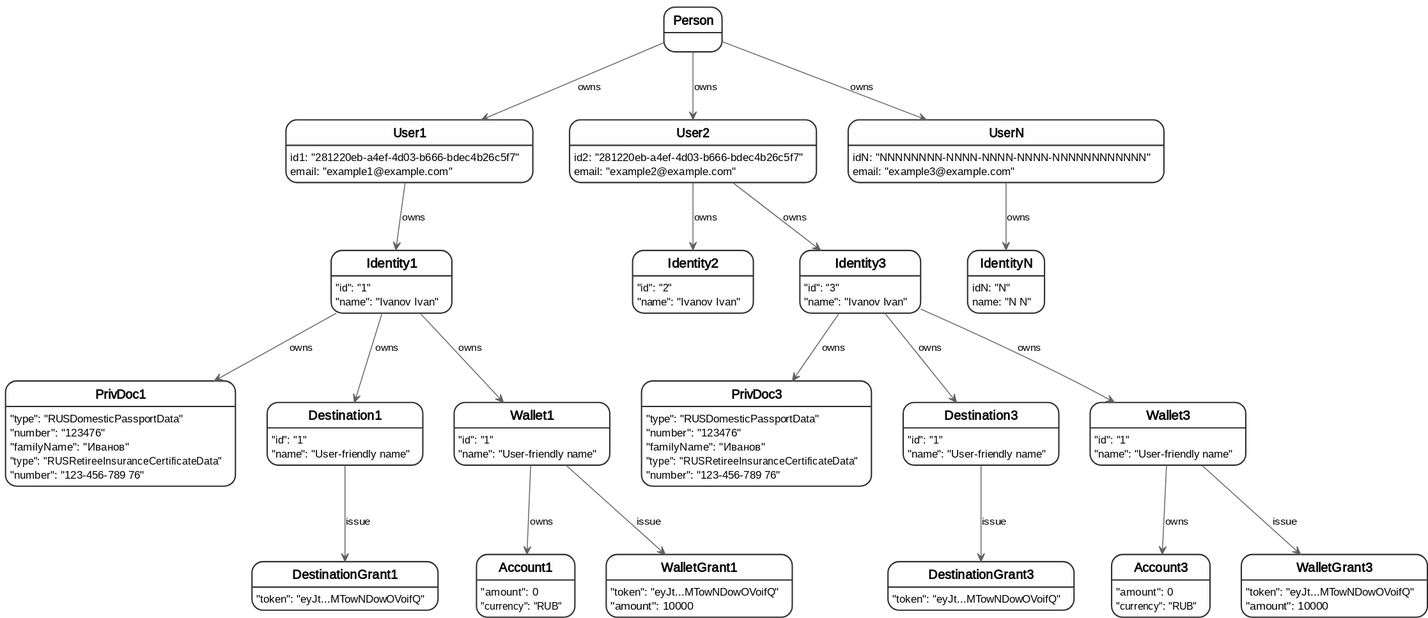
This is content/wallets/wsd/relations-diagram.svg from rbkmoney/docs, a PlantUML export, as it was before one commit. Its source is kept beside it as content/wallets/wsd/relations-diagram.wsd.
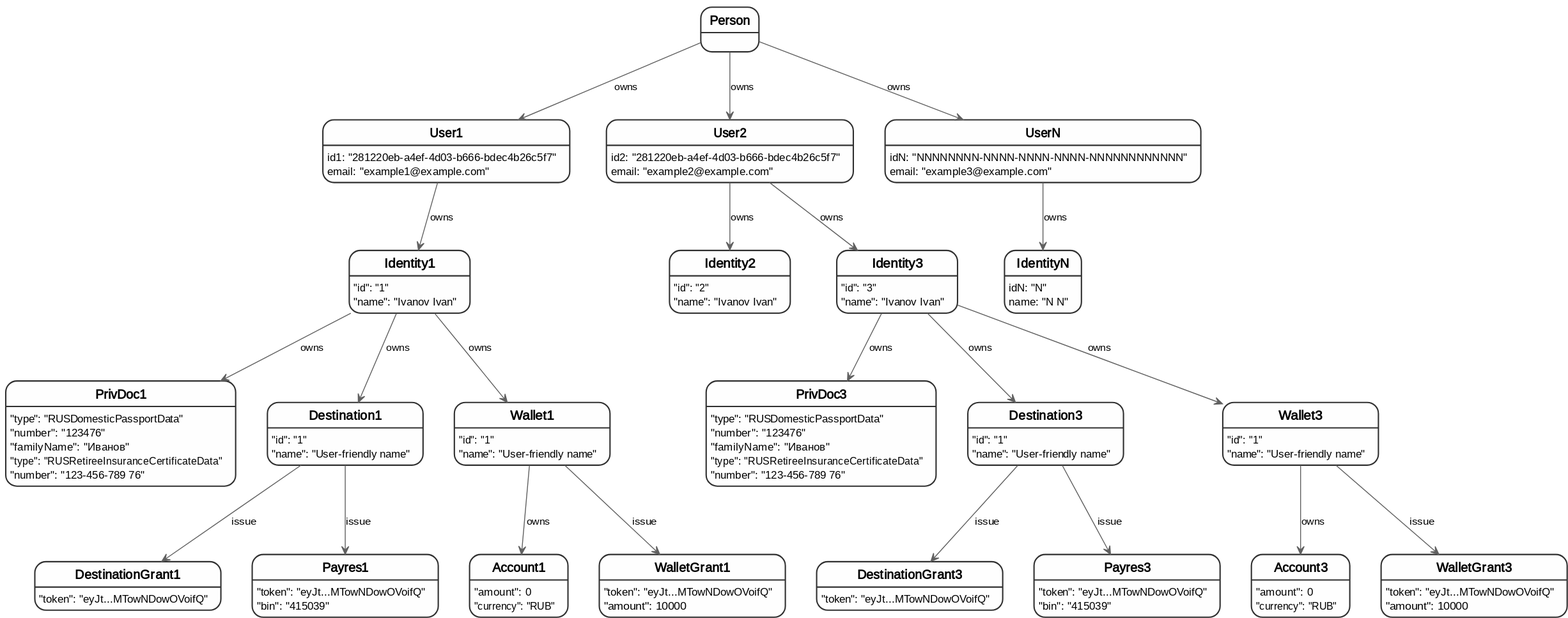
The same file after the commit.

Diff of the diagram source:
```diff
@@ -43,6 +43,12 @@
 DestinationGrant1: "token": "eyJt...MTowNDowOVoifQ"
 DestinationGrant3: "token": "eyJt...MTowNDowOVoifQ"
 
+Payres1: "token": "eyJt...MTowNDowOVoifQ"\n"bin": "415039"
+Payres3: "token": "eyJt...MTowNDowOVoifQ"\n"bin": "415039"
+
+Destination1 --> Payres1: issue
+Destination3 --> Payres3: issue
+
 Destination1 --> DestinationGrant1: issue
 Destination3 --> DestinationGrant3: issue
 
```
